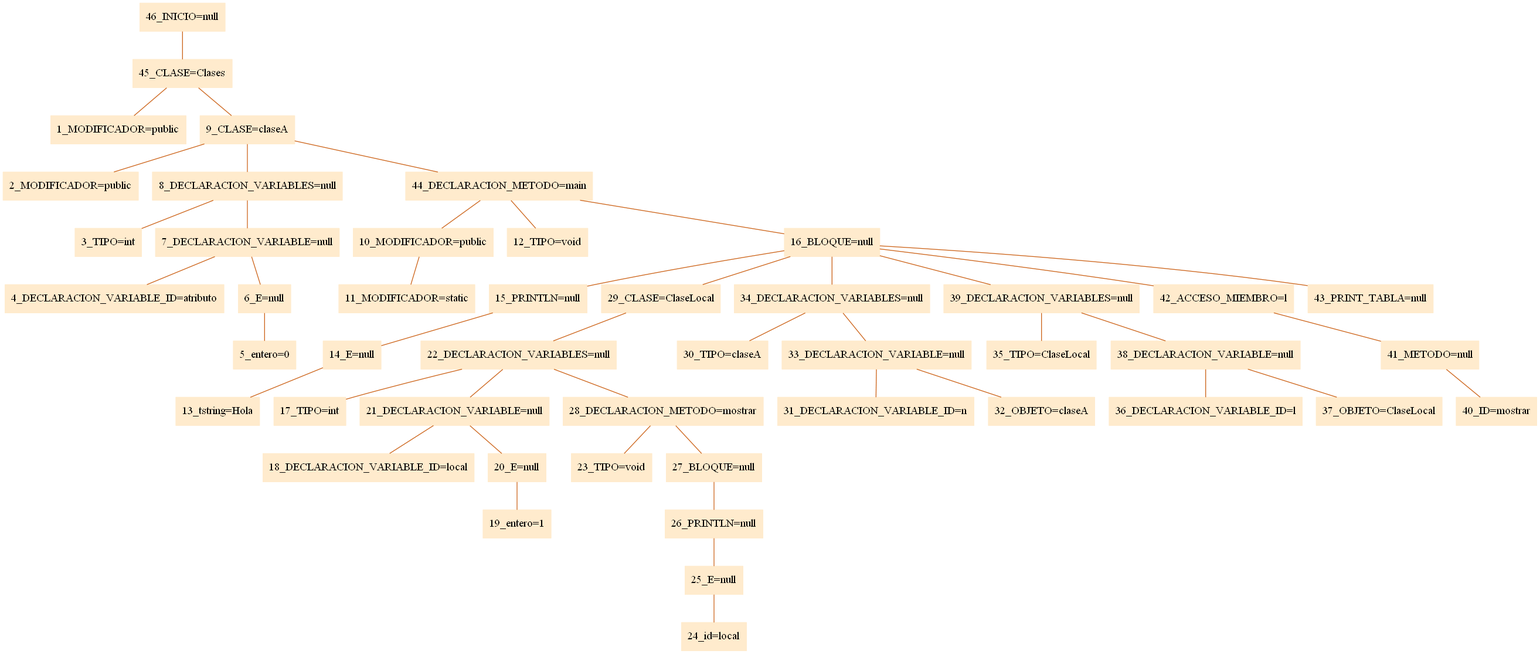
Oshhcar/Coline keeps this Graphviz diagram as arbol.png. Above is the earlier version. Its source is kept beside it as arbol.dot.
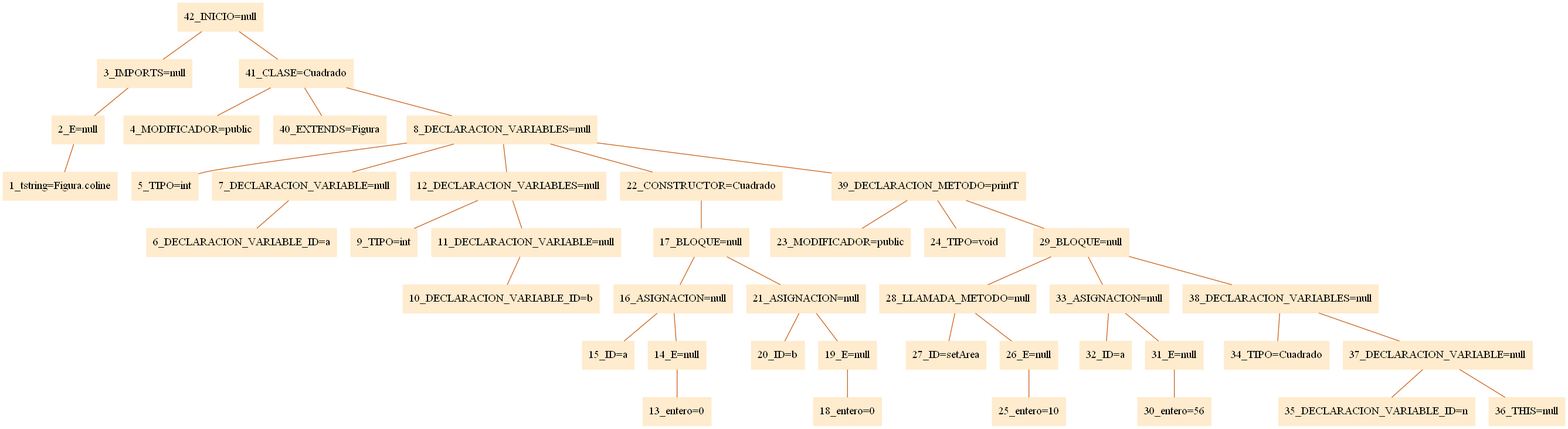
After the commit.

Diff of the diagram source:
```diff
@@ -1,50 +1,46 @@
 digraph G {node[shape=box, style=filled, color=blanchedalmond]; edge[color=chocolate3, dir=none];rankdir=UD
 
-"46_INICIO=null"->"45_CLASE=Clases"
-"45_CLASE=Clases"->"1_MODIFICADOR=public"
-"45_CLASE=Clases"->"9_CLASE=claseA"
-"9_CLASE=claseA"->"2_MODIFICADOR=public"
-"9_CLASE=claseA"->"8_DECLARACION_VARIABLES=null"
-"8_DECLARACION_VARIABLES=null"->"3_TIPO=int"
+"42_INICIO=null"->"3_IMPORTS=null"
+"3_IMPORTS=null"->"2_E=null"
+"2_E=null"->"1_tstring=Figura.coline"
+"42_INICIO=null"->"41_CLASE=Cuadrado"
+"41_CLASE=Cuadrado"->"4_MODIFICADOR=public"
+"41_CLASE=Cuadrado"->"40_EXTENDS=Figura"
+"41_CLASE=Cuadrado"->"8_DECLARACION_VARIABLES=null"
+"8_DECLARACION_VARIABLES=null"->"5_TIPO=int"
 "8_DECLARACION_VARIABLES=null"->"7_DECLARACION_VARIABLE=null"
-"7_DECLARACION_VARIABLE=null"->"4_DECLARACION_VARIABLE_ID=atributo"
-"7_DECLARACION_VARIABLE=null"->"6_E=null"
-"6_E=null"->"5_entero=0"
-"9_CLASE=claseA"->"44_DECLARACION_METODO=main"
-"44_DECLARACION_METODO=main"->"10_MODIFICADOR=public"
-"10_MODIFICADOR=public"->"11_MODIFICADOR=static"
-"44_DECLARACION_METODO=main"->"12_TIPO=void"
-"44_DECLARACION_METODO=main"->"16_BLOQUE=null"
-"16_BLOQUE=null"->"15_PRINTLN=null"
-"15_PRINTLN=null"->"14_E=null"
-"14_E=null"->"13_tstring=Hola"
-"16_BLOQUE=null"->"29_CLASE=ClaseLocal"
-"29_CLASE=ClaseLocal"->"22_DECLARACION_VARIABLES=null"
-"22_DECLARACION_VARIABLES=null"->"17_TIPO=int"
-"22_DECLARACION_VARIABLES=null"->"21_DECLARACION_VARIABLE=null"
-"21_DECLARACION_VARIABLE=null"->"18_DECLARACION_VARIABLE_ID=local"
-"21_DECLARACION_VARIABLE=null"->"20_E=null"
-"20_E=null"->"19_entero=1"
-"22_DECLARACION_VARIABLES=null"->"28_DECLARACION_METODO=mostrar"
-"28_DECLARACION_METODO=mostrar"->"23_TIPO=void"
-"28_DECLARACION_METODO=mostrar"->"27_BLOQUE=null"
-"27_BLOQUE=null"->"26_PRINTLN=null"
-"26_PRINTLN=null"->"25_E=null"
-"25_E=null"->"24_id=local"
-"16_BLOQUE=null"->"34_DECLARACION_VARIABLES=null"
-"34_DECLARACION_VARIABLES=null"->"30_TIPO=claseA"
-"34_DECLARACION_VARIABLES=null"->"33_DECLARACION_VARIABLE=null"
-"33_DECLARACION_VARIABLE=null"->"31_DECLARACION_VARIABLE_ID=n"
-"33_DECLARACION_VARIABLE=null"->"32_OBJETO=claseA"
-"16_BLOQUE=null"->"39_DECLARACION_VARIABLES=null"
-"39_DECLARACION_VARIABLES=null"->"35_TIPO=ClaseLocal"
-"39_DECLARACION_VARIABLES=null"->"38_DECLARACION_VARIABLE=null"
-"38_DECLARACION_VARIABLE=null"->"36_DECLARACION_VARIABLE_ID=l"
-"38_DECLARACION_VARIABLE=null"->"37_OBJETO=ClaseLocal"
-"16_BLOQUE=null"->"42_ACCESO_MIEMBRO=l"
-"42_ACCESO_MIEMBRO=l"->"41_METODO=null"
-"41_METODO=null"->"40_ID=mostrar"
-"16_BLOQUE=null"->"43_PRINT_TABLA=null"
+"7_DECLARACION_VARIABLE=null"->"6_DECLARACION_VARIABLE_ID=a"
+"8_DECLARACION_VARIABLES=null"->"12_DECLARACION_VARIABLES=null"
+"12_DECLARACION_VARIABLES=null"->"9_TIPO=int"
+"12_DECLARACION_VARIABLES=null"->"11_DECLARACION_VARIABLE=null"
+"11_DECLARACION_VARIABLE=null"->"10_DECLARACION_VARIABLE_ID=b"
+"8_DECLARACION_VARIABLES=null"->"22_CONSTRUCTOR=Cuadrado"
+"22_CONSTRUCTOR=Cuadrado"->"17_BLOQUE=null"
+"17_BLOQUE=null"->"16_ASIGNACION=null"
+"16_ASIGNACION=null"->"15_ID=a"
+"16_ASIGNACION=null"->"14_E=null"
+"14_E=null"->"13_entero=0"
+"17_BLOQUE=null"->"21_ASIGNACION=null"
+"21_ASIGNACION=null"->"20_ID=b"
+"21_ASIGNACION=null"->"19_E=null"
+"19_E=null"->"18_entero=0"
+"8_DECLARACION_VARIABLES=null"->"39_DECLARACION_METODO=printT"
+"39_DECLARACION_METODO=printT"->"23_MODIFICADOR=public"
+"39_DECLARACION_METODO=printT"->"24_TIPO=void"
+"39_DECLARACION_METODO=printT"->"29_BLOQUE=null"
+"29_BLOQUE=null"->"28_LLAMADA_METODO=null"
+"28_LLAMADA_METODO=null"->"27_ID=setArea"
+"28_LLAMADA_METODO=null"->"26_E=null"
+"26_E=null"->"25_entero=10"
+"29_BLOQUE=null"->"33_ASIGNACION=null"
+"33_ASIGNACION=null"->"32_ID=a"
+"33_ASIGNACION=null"->"31_E=null"
+"31_E=null"->"30_entero=56"
+"29_BLOQUE=null"->"38_DECLARACION_VARIABLES=null"
+"38_DECLARACION_VARIABLES=null"->"34_TIPO=Cuadrado"
+"38_DECLARACION_VARIABLES=null"->"37_DECLARACION_VARIABLE=null"
+"37_DECLARACION_VARIABLE=null"->"35_DECLARACION_VARIABLE_ID=n"
+"37_DECLARACION_VARIABLE=null"->"36_THIS=null"
 
 
 }
```
